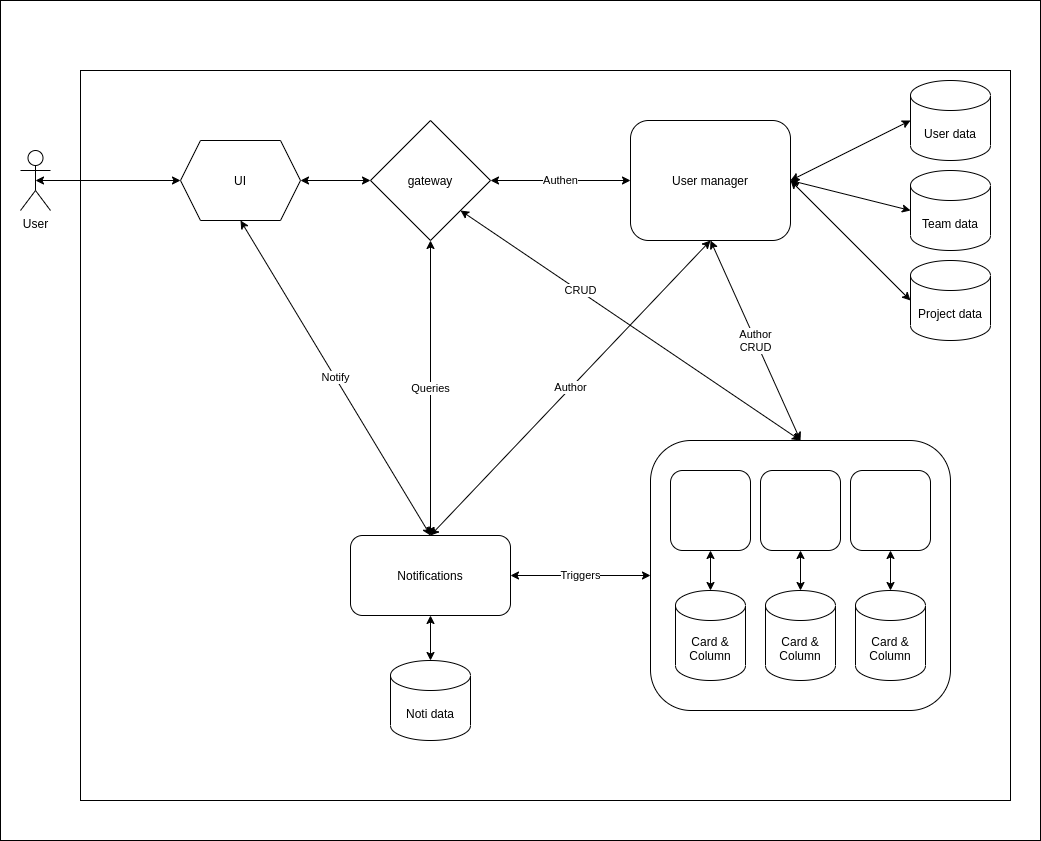
The draw.io diagram docs/drawio/prom_design.png in thanhpp/prom, before a commit. Source tidied: cells renumbered, new cells last; positions are measured from the earlier drawing's top-left corner, leaving out a move shared by most shapes.
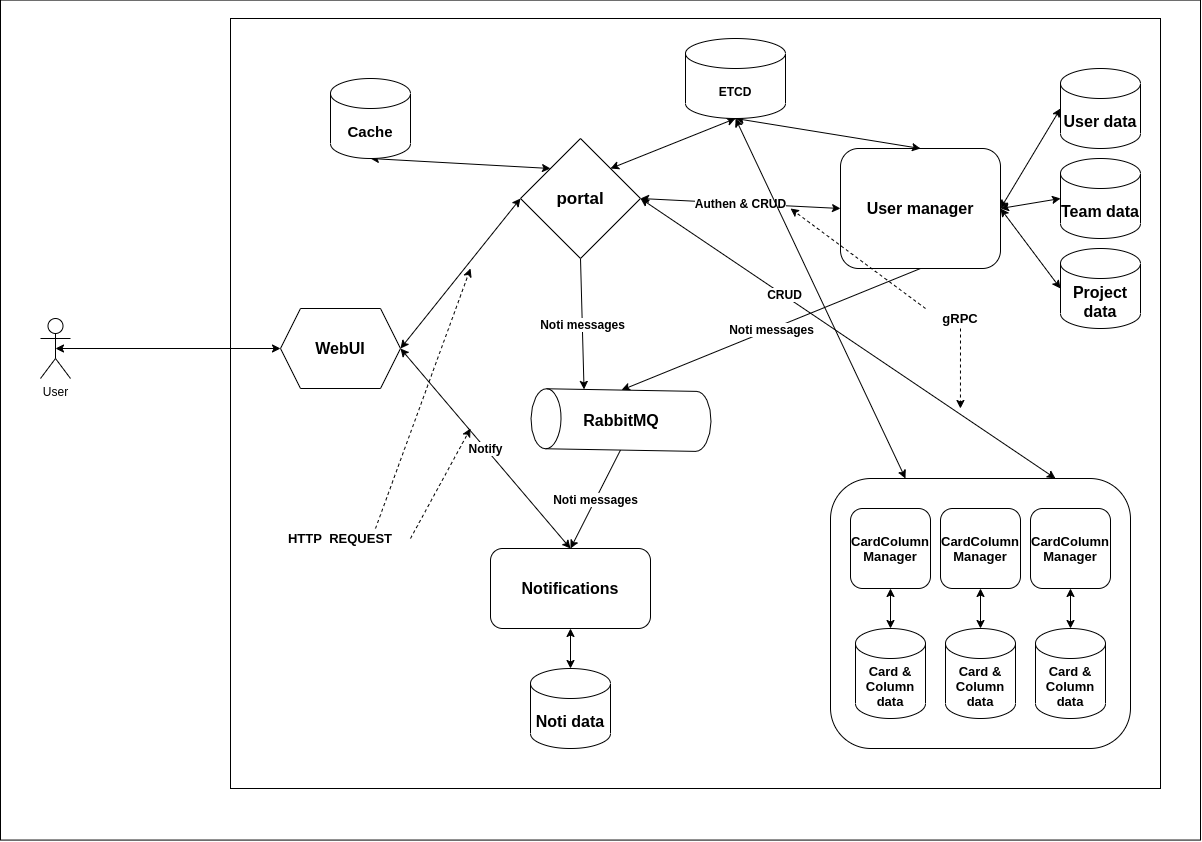
After the commit.

Diff of the diagram source:
```diff
@@ -3,52 +3,61 @@
     <mxCell id="0" />
     <mxCell id="1" parent="0" />
     <mxCell id="2" style="rounded=0;whiteSpace=wrap;html=1;" parent="1" vertex="1">
-      <mxGeometry width="1040" height="840" as="geometry" />
+      <mxGeometry x="-150" y="11.6" width="1200" height="840" as="geometry" />
     </mxCell>
     <mxCell id="3" style="rounded=0;whiteSpace=wrap;html=1;" parent="1" vertex="1">
-      <mxGeometry x="80" y="70" width="930" height="730" as="geometry" />
+      <mxGeometry x="80" y="30" width="930" height="770" as="geometry" />
     </mxCell>
-    <mxCell id="4" value="User data" style="shape=cylinder3;whiteSpace=wrap;html=1;boundedLbl=1;backgroundOutline=1;size=15;" parent="1" vertex="1">
+    <mxCell id="4" value="&lt;b&gt;&lt;font style=&quot;font-size: 16px&quot;&gt;User data&lt;/font&gt;&lt;/b&gt;" style="shape=cylinder3;whiteSpace=wrap;html=1;boundedLbl=1;backgroundOutline=1;size=15;" parent="1" vertex="1">
       <mxGeometry x="910" y="80" width="80" height="80" as="geometry" />
     </mxCell>
     <mxCell id="5" style="edgeStyle=none;rounded=0;jettySize=auto;html=1;exitX=0.5;exitY=0.5;exitDx=0;exitDy=0;exitPerimeter=0;entryX=0;entryY=0.5;entryDx=0;entryDy=0;startArrow=classic;startFill=1;" parent="1" edge="1" source="6" target="38">
       <mxGeometry relative="1" as="geometry" />
     </mxCell>
     <mxCell id="6" value="User" style="shape=umlActor;verticalLabelPosition=bottom;verticalAlign=top;html=1;outlineConnect=0;" parent="1" vertex="1">
-      <mxGeometry x="20" y="150" width="30" height="60" as="geometry" />
+      <mxGeometry x="-110" y="330" width="30" height="60" as="geometry" />
     </mxCell>
-    <mxCell id="7" style="group;" parent="1" vertex="1">
-      <mxGeometry x="370" y="120" width="620" height="630" as="geometry" />
-    </mxCell>
-    <mxCell id="8" value="Queries" style="edgeStyle=none;rounded=0;jettySize=auto;html=1;exitX=0.5;exitY=1;exitDx=0;exitDy=0;entryX=0.5;entryY=0;entryDx=0;entryDy=0;startArrow=classic;startFill=1;" parent="7" edge="1" source="9" target="33">
-      <mxGeometry relative="1" as="geometry" />
-    </mxCell>
+    <mxCell id="36" style="rounded=0;jettySize=auto;html=1;exitX=1;exitY=0.5;exitDx=0;exitDy=0;entryX=0;entryY=0.5;entryDx=0;entryDy=0;entryPerimeter=0;startArrow=classic;startFill=1;" parent="1" edge="1" source="11" target="4">
+      <mxGeometry relative="1" as="geometry" />
+    </mxCell>
+    <mxCell id="37" style="edgeStyle=none;rounded=0;jettySize=auto;html=1;exitX=1;exitY=0.5;exitDx=0;exitDy=0;entryX=0;entryY=0.5;entryDx=0;entryDy=0;startArrow=classic;startFill=1;" parent="1" edge="1" source="38" target="9">
+      <mxGeometry relative="1" as="geometry" />
+    </mxCell>
+    <mxCell id="38" value="&lt;b&gt;&lt;font style=&quot;font-size: 16px&quot;&gt;WebUI&lt;/font&gt;&lt;/b&gt;" style="shape=hexagon;perimeter=hexagonPerimeter2;whiteSpace=wrap;html=1;fixedSize=1;" parent="1" vertex="1">
+      <mxGeometry x="130" y="320" width="120" height="80" as="geometry" />
+    </mxCell>
+    <mxCell id="39" value="Notify" style="edgeStyle=none;rounded=0;jettySize=auto;html=1;exitX=0.5;exitY=0;exitDx=0;exitDy=0;entryX=1;entryY=0.5;entryDx=0;entryDy=0;startArrow=classic;startFill=1;fontSize=12;fontStyle=1;" parent="1" edge="1" source="33" target="38">
+      <mxGeometry relative="1" as="geometry" />
+    </mxCell>
+    <mxCell id="40" value="&lt;b&gt;Noti messages&lt;/b&gt;" style="edgeStyle=none;rounded=0;jettySize=auto;html=1;exitX=0.5;exitY=1;exitDx=0;exitDy=0;entryX=1;entryY=0;entryDx=0;entryDy=52.5;entryPerimeter=0;fontSize=12;" parent="1" edge="1" source="9" target="43">
+      <mxGeometry relative="1" as="geometry" />
+    </mxCell>
-    <mxCell id="9" value="gateway" style="rhombus;whiteSpace=wrap;html=1;" parent="7" vertex="1">
-      <mxGeometry width="120" height="120" as="geometry" />
+    <mxCell id="9" value="&lt;font style=&quot;font-size: 17px&quot;&gt;&lt;b&gt;portal&lt;/b&gt;&lt;/font&gt;" style="rhombus;whiteSpace=wrap;html=1;" parent="1" vertex="1">
+      <mxGeometry x="370" y="150" width="120" height="120" as="geometry" />
     </mxCell>
-    <mxCell id="10" value="Author" style="edgeStyle=none;rounded=0;jettySize=auto;html=1;exitX=0.5;exitY=1;exitDx=0;exitDy=0;entryX=0.5;entryY=0;entryDx=0;entryDy=0;startArrow=classic;startFill=1;" parent="7" edge="1" source="11" target="33">
-      <mxGeometry relative="1" as="geometry" />
-    </mxCell>
+    <mxCell id="41" value="&lt;b&gt;Noti messages&lt;/b&gt;" style="edgeStyle=none;rounded=0;jettySize=auto;html=1;exitX=0.5;exitY=1;exitDx=0;exitDy=0;entryX=1;entryY=0.5;entryDx=0;entryDy=0;entryPerimeter=0;fontSize=12;" parent="1" edge="1" source="11" target="43">
+      <mxGeometry relative="1" as="geometry" />
+    </mxCell>
-    <mxCell id="11" value="User manager" style="rounded=1;whiteSpace=wrap;html=1;" parent="7" vertex="1">
-      <mxGeometry x="260" width="160" height="120" as="geometry" />
+    <mxCell id="11" value="&lt;font style=&quot;font-size: 16px&quot;&gt;&lt;b&gt;User manager&lt;/b&gt;&lt;/font&gt;" style="rounded=1;whiteSpace=wrap;html=1;" parent="1" vertex="1">
+      <mxGeometry x="690" y="160" width="160" height="120" as="geometry" />
     </mxCell>
-    <mxCell id="12" value="Authen" style="edgeStyle=none;rounded=0;jettySize=auto;html=1;exitX=1;exitY=0.5;exitDx=0;exitDy=0;entryX=0;entryY=0.5;entryDx=0;entryDy=0;startArrow=classic;startFill=1;" parent="7" edge="1" source="9" target="11">
-      <mxGeometry relative="1" as="geometry" />
+    <mxCell id="12" value="&lt;font style=&quot;font-size: 12px&quot;&gt;&lt;b&gt;Authen &amp;amp; CRUD&lt;/b&gt;&lt;/font&gt;" style="edgeStyle=none;rounded=0;jettySize=auto;html=1;exitX=1;exitY=0.5;exitDx=0;exitDy=0;entryX=0;entryY=0.5;entryDx=0;entryDy=0;startArrow=classic;startFill=1;" parent="1" edge="1" source="9" target="11">
+      <mxGeometry x="210" y="40" as="geometry" />
     </mxCell>
-    <mxCell id="13" value="Team&amp;nbsp;data" style="shape=cylinder3;whiteSpace=wrap;html=1;boundedLbl=1;backgroundOutline=1;size=15;" parent="7" vertex="1">
-      <mxGeometry x="540" y="50" width="80" height="80" as="geometry" />
+    <mxCell id="13" value="&lt;font style=&quot;font-size: 16px&quot;&gt;&lt;b&gt;Team&amp;nbsp;data&lt;/b&gt;&lt;/font&gt;" style="shape=cylinder3;whiteSpace=wrap;html=1;boundedLbl=1;backgroundOutline=1;size=15;" parent="1" vertex="1">
+      <mxGeometry x="910" y="170" width="80" height="80" as="geometry" />
     </mxCell>
-    <mxCell id="14" style="edgeStyle=none;rounded=0;jettySize=auto;html=1;exitX=1;exitY=0.5;exitDx=0;exitDy=0;entryX=0;entryY=0.5;entryDx=0;entryDy=0;entryPerimeter=0;startArrow=classic;startFill=1;" parent="7" edge="1" source="11" target="13">
-      <mxGeometry relative="1" as="geometry" />
+    <mxCell id="14" style="edgeStyle=none;rounded=0;jettySize=auto;html=1;exitX=1;exitY=0.5;exitDx=0;exitDy=0;entryX=0;entryY=0.5;entryDx=0;entryDy=0;entryPerimeter=0;startArrow=classic;startFill=1;" parent="1" edge="1" source="11" target="13">
+      <mxGeometry x="210" y="40" as="geometry" />
     </mxCell>
-    <mxCell id="15" value="Project data" style="shape=cylinder3;whiteSpace=wrap;html=1;boundedLbl=1;backgroundOutline=1;size=15;" parent="7" vertex="1">
-      <mxGeometry x="540" y="140" width="80" height="80" as="geometry" />
+    <mxCell id="15" value="&lt;font style=&quot;font-size: 16px&quot;&gt;&lt;b&gt;Project data&lt;/b&gt;&lt;/font&gt;" style="shape=cylinder3;whiteSpace=wrap;html=1;boundedLbl=1;backgroundOutline=1;size=15;" parent="1" vertex="1">
+      <mxGeometry x="910" y="260" width="80" height="80" as="geometry" />
     </mxCell>
-    <mxCell id="16" style="edgeStyle=none;rounded=0;jettySize=auto;html=1;exitX=1;exitY=0.5;exitDx=0;exitDy=0;entryX=0;entryY=0.5;entryDx=0;entryDy=0;entryPerimeter=0;startArrow=classic;startFill=1;" parent="7" edge="1" source="11" target="15">
-      <mxGeometry relative="1" as="geometry" />
+    <mxCell id="16" style="edgeStyle=none;rounded=0;jettySize=auto;html=1;exitX=1;exitY=0.5;exitDx=0;exitDy=0;entryX=0;entryY=0.5;entryDx=0;entryDy=0;entryPerimeter=0;startArrow=classic;startFill=1;" parent="1" edge="1" source="11" target="15">
+      <mxGeometry x="210" y="40" as="geometry" />
     </mxCell>
-    <mxCell id="17" style="group;" parent="7" vertex="1">
-      <mxGeometry x="280" y="320" width="300" height="270" as="geometry" />
+    <mxCell id="17" style="group;" parent="1" vertex="1">
+      <mxGeometry x="680" y="490" width="300" height="270" as="geometry" />
     </mxCell>
     <mxCell id="18" style="rounded=1;whiteSpace=wrap;html=1;" parent="17" vertex="1">
       <mxGeometry width="300" height="270" as="geometry" />
@@ -56,22 +65,22 @@
     <mxCell id="19" style="group;" parent="17" vertex="1">
       <mxGeometry x="20" y="30" width="260" height="210" as="geometry" />
     </mxCell>
-    <mxCell id="20" style="rounded=1;whiteSpace=wrap;html=1;" parent="19" vertex="1">
+    <mxCell id="20" value="&lt;font style=&quot;font-size: 13px&quot;&gt;&lt;b&gt;CardColumn&lt;br&gt;Manager&lt;/b&gt;&lt;/font&gt;" style="rounded=1;whiteSpace=wrap;html=1;" parent="19" vertex="1">
       <mxGeometry width="80" height="80" as="geometry" />
     </mxCell>
-    <mxCell id="21" style="rounded=1;whiteSpace=wrap;html=1;" parent="19" vertex="1">
+    <mxCell id="21" value="&lt;font style=&quot;font-size: 13px&quot;&gt;&lt;b&gt;&lt;span&gt;CardColumn&lt;/span&gt;&lt;br&gt;&lt;span&gt;Manager&lt;/span&gt;&lt;/b&gt;&lt;/font&gt;" style="rounded=1;whiteSpace=wrap;html=1;" parent="19" vertex="1">
       <mxGeometry x="90" width="80" height="80" as="geometry" />
     </mxCell>
-    <mxCell id="22" style="rounded=1;whiteSpace=wrap;html=1;" parent="19" vertex="1">
+    <mxCell id="22" value="&lt;font style=&quot;font-size: 13px&quot;&gt;&lt;b&gt;&lt;span&gt;CardColumn&lt;/span&gt;&lt;br&gt;&lt;span&gt;Manager&lt;/span&gt;&lt;/b&gt;&lt;/font&gt;" style="rounded=1;whiteSpace=wrap;html=1;" parent="19" vertex="1">
       <mxGeometry x="180" width="80" height="80" as="geometry" />
     </mxCell>
-    <mxCell id="23" value="Card &amp;amp; Column" style="shape=cylinder3;whiteSpace=wrap;html=1;boundedLbl=1;backgroundOutline=1;size=15;" parent="19" vertex="1">
+    <mxCell id="23" value="&lt;font style=&quot;font-size: 13px&quot;&gt;&lt;b&gt;Card &amp;amp; Column&lt;br&gt;data&lt;/b&gt;&lt;/font&gt;" style="shape=cylinder3;whiteSpace=wrap;html=1;boundedLbl=1;backgroundOutline=1;size=15;" parent="19" vertex="1">
       <mxGeometry x="5" y="120" width="70" height="90" as="geometry" />
     </mxCell>
-    <mxCell id="24" value="Card &amp;amp; Column" style="shape=cylinder3;whiteSpace=wrap;html=1;boundedLbl=1;backgroundOutline=1;size=15;" parent="19" vertex="1">
+    <mxCell id="24" value="&lt;b style=&quot;font-size: 13px&quot;&gt;Card &amp;amp; Column&lt;br&gt;data&lt;/b&gt;" style="shape=cylinder3;whiteSpace=wrap;html=1;boundedLbl=1;backgroundOutline=1;size=15;" parent="19" vertex="1">
       <mxGeometry x="95" y="120" width="70" height="90" as="geometry" />
     </mxCell>
-    <mxCell id="25" value="Card &amp;amp; Column" style="shape=cylinder3;whiteSpace=wrap;html=1;boundedLbl=1;backgroundOutline=1;size=15;" parent="19" vertex="1">
+    <mxCell id="25" value="&lt;b style=&quot;font-size: 13px&quot;&gt;Card &amp;amp; Column&lt;br&gt;data&lt;/b&gt;" style="shape=cylinder3;whiteSpace=wrap;html=1;boundedLbl=1;backgroundOutline=1;size=15;" parent="19" vertex="1">
       <mxGeometry x="185" y="120" width="70" height="90" as="geometry" />
     </mxCell>
     <mxCell id="26" style="edgeStyle=none;rounded=0;jettySize=auto;html=1;exitX=0.5;exitY=1;exitDx=0;exitDy=0;entryX=0.5;entryY=0;entryDx=0;entryDy=0;entryPerimeter=0;startArrow=classic;startFill=1;" parent="19" edge="1" source="20" target="23">
@@ -83,40 +92,78 @@
     <mxCell id="28" style="edgeStyle=none;rounded=0;jettySize=auto;html=1;exitX=0.5;exitY=1;exitDx=0;exitDy=0;entryX=0.5;entryY=0;entryDx=0;entryDy=0;entryPerimeter=0;startArrow=classic;startFill=1;" parent="19" edge="1" source="22" target="25">
       <mxGeometry relative="1" as="geometry" />
     </mxCell>
-    <mxCell id="29" style="edgeStyle=none;rounded=0;jettySize=auto;html=1;exitX=1;exitY=1;exitDx=0;exitDy=0;entryX=0.5;entryY=0;entryDx=0;entryDy=0;startArrow=classic;startFill=1;" parent="7" edge="1" source="9" target="18">
-      <mxGeometry relative="1" as="geometry" />
+    <mxCell id="29" style="edgeStyle=none;rounded=0;jettySize=auto;html=1;entryX=0.75;entryY=0;entryDx=0;entryDy=0;startArrow=classic;startFill=1;fontSize=12;fontStyle=1;exitX=1;exitY=0.5;exitDx=0;exitDy=0;" parent="1" edge="1" source="9" target="18">
+      <mxGeometry x="210" y="40" as="geometry" />
     </mxCell>
-    <mxCell id="30" value="CRUD" style="edgeLabel;html=1;align=center;verticalAlign=middle;" parent="29" vertex="1">
+    <mxCell id="30" value="CRUD" style="edgeLabel;html=1;align=center;verticalAlign=middle;fontSize=12;fontStyle=1;" parent="29" vertex="1">
       <mxGeometry x="-0.35" relative="1" as="geometry">
         <mxPoint x="9" y="5" as="offset" />
       </mxGeometry>
     </mxCell>
-    <mxCell id="31" value="Author&lt;br&gt;CRUD" style="edgeStyle=none;rounded=0;jettySize=auto;html=1;exitX=0.5;exitY=1;exitDx=0;exitDy=0;entryX=0.5;entryY=0;entryDx=0;entryDy=0;startArrow=classic;startFill=1;" parent="7" edge="1" source="11" target="18">
-      <mxGeometry relative="1" as="geometry" />
-    </mxCell>
-    <mxCell id="32" style="edgeStyle=none;rounded=0;jettySize=auto;html=1;exitX=0.5;exitY=1;exitDx=0;exitDy=0;entryX=0.5;entryY=0;entryDx=0;entryDy=0;entryPerimeter=0;startArrow=classic;startFill=1;" parent="7" edge="1" source="33" target="35">
-      <mxGeometry relative="1" as="geometry" />
+    <mxCell id="32" style="edgeStyle=none;rounded=0;jettySize=auto;html=1;exitX=0.5;exitY=1;exitDx=0;exitDy=0;entryX=0.5;entryY=0;entryDx=0;entryDy=0;entryPerimeter=0;startArrow=classic;startFill=1;" parent="1" edge="1" source="33" target="35">
+      <mxGeometry x="210" y="40" as="geometry" />
     </mxCell>
-    <mxCell id="33" value="Notifications" style="rounded=1;whiteSpace=wrap;html=1;" parent="7" vertex="1">
-      <mxGeometry x="-20" y="415" width="160" height="80" as="geometry" />
+    <mxCell id="33" value="&lt;font style=&quot;font-size: 16px&quot;&gt;&lt;b&gt;Notifications&lt;/b&gt;&lt;/font&gt;" style="rounded=1;whiteSpace=wrap;html=1;" parent="1" vertex="1">
+      <mxGeometry x="340" y="560" width="160" height="80" as="geometry" />
     </mxCell>
-    <mxCell id="34" value="Triggers" style="edgeStyle=none;rounded=0;jettySize=auto;html=1;exitX=0;exitY=0.5;exitDx=0;exitDy=0;entryX=1;entryY=0.5;entryDx=0;entryDy=0;startArrow=classic;startFill=1;" parent="7" edge="1" source="18" target="33">
-      <mxGeometry relative="1" as="geometry" />
-    </mxCell>
-    <mxCell id="35" value="Noti data" style="shape=cylinder3;whiteSpace=wrap;html=1;boundedLbl=1;backgroundOutline=1;size=15;" parent="7" vertex="1">
-      <mxGeometry x="20" y="540" width="80" height="80" as="geometry" />
+    <mxCell id="35" value="&lt;font style=&quot;font-size: 16px&quot;&gt;&lt;b&gt;Noti data&lt;/b&gt;&lt;/font&gt;" style="shape=cylinder3;whiteSpace=wrap;html=1;boundedLbl=1;backgroundOutline=1;size=15;" parent="1" vertex="1">
+      <mxGeometry x="380" y="680" width="80" height="80" as="geometry" />
     </mxCell>
-    <mxCell id="36" style="rounded=0;jettySize=auto;html=1;exitX=1;exitY=0.5;exitDx=0;exitDy=0;entryX=0;entryY=0.5;entryDx=0;entryDy=0;entryPerimeter=0;startArrow=classic;startFill=1;" parent="1" edge="1" source="11" target="4">
-      <mxGeometry relative="1" as="geometry" />
-    </mxCell>
-    <mxCell id="37" style="edgeStyle=none;rounded=0;jettySize=auto;html=1;exitX=1;exitY=0.5;exitDx=0;exitDy=0;entryX=0;entryY=0.5;entryDx=0;entryDy=0;startArrow=classic;startFill=1;" parent="1" edge="1" source="38" target="9">
-      <mxGeometry relative="1" as="geometry" />
-    </mxCell>
-    <mxCell id="38" value="UI" style="shape=hexagon;perimeter=hexagonPerimeter2;whiteSpace=wrap;html=1;fixedSize=1;" parent="1" vertex="1">
-      <mxGeometry x="180" y="140" width="120" height="80" as="geometry" />
-    </mxCell>
-    <mxCell id="39" value="Notify" style="edgeStyle=none;rounded=0;jettySize=auto;html=1;exitX=0.5;exitY=0;exitDx=0;exitDy=0;entryX=0.5;entryY=1;entryDx=0;entryDy=0;startArrow=classic;startFill=1;" parent="1" edge="1" source="33" target="38">
-      <mxGeometry relative="1" as="geometry" />
-    </mxCell>
+    <mxCell id="42" style="group;" parent="1" vertex="1">
+      <mxGeometry x="380" y="400" width="181" height="63.1" as="geometry" />
+    </mxCell>
+    <mxCell id="43" style="shape=cylinder3;whiteSpace=wrap;html=1;boundedLbl=1;backgroundOutline=1;size=15;rotation=-89;" parent="42" vertex="1">
+      <mxGeometry x="60.5" y="-58.4" width="60" height="180" as="geometry" />
+    </mxCell>
+    <mxCell id="44" value="&lt;font style=&quot;font-size: 16px&quot;&gt;&lt;b&gt;RabbitMQ&lt;/b&gt;&lt;/font&gt;" style="text;html=1;strokeColor=none;fillColor=none;align=center;verticalAlign=middle;whiteSpace=wrap;rounded=0;" parent="42" vertex="1">
+      <mxGeometry x="70.5" y="21.6" width="40" height="20" as="geometry" />
+    </mxCell>
+    <mxCell id="45" value="&lt;b&gt;Noti messages&lt;/b&gt;" style="rounded=0;jettySize=auto;html=1;exitX=0;exitY=0.5;exitDx=0;exitDy=0;exitPerimeter=0;entryX=0.5;entryY=0;entryDx=0;entryDy=0;fontSize=12;" parent="1" edge="1" source="43" target="33">
+      <mxGeometry relative="1" as="geometry" />
+    </mxCell>
+    <mxCell id="46" style="edgeStyle=none;rounded=0;jettySize=auto;html=1;exitX=0.75;exitY=0;exitDx=0;exitDy=0;fontSize=13;dashed=1;" parent="1" edge="1" source="48">
+      <mxGeometry relative="1" as="geometry">
+        <mxPoint x="320" y="280" as="targetPoint" />
+      </mxGeometry>
+    </mxCell>
+    <mxCell id="47" style="edgeStyle=none;rounded=0;jettySize=auto;html=1;exitX=1;exitY=0.5;exitDx=0;exitDy=0;dashed=1;fontSize=13;" parent="1" edge="1" source="48">
+      <mxGeometry relative="1" as="geometry">
+        <mxPoint x="320" y="440" as="targetPoint" />
+      </mxGeometry>
+    </mxCell>
+    <mxCell id="48" value="HTTP&amp;nbsp; REQUEST" style="text;html=1;strokeColor=none;fillColor=none;align=center;verticalAlign=middle;whiteSpace=wrap;rounded=0;fontSize=13;fontStyle=1;" parent="1" vertex="1">
+      <mxGeometry x="120" y="540" width="140" height="20" as="geometry" />
+    </mxCell>
+    <mxCell id="49" style="edgeStyle=none;rounded=0;jettySize=auto;html=1;exitX=0.25;exitY=0;exitDx=0;exitDy=0;dashed=1;fontSize=13;" parent="1" edge="1" source="51">
+      <mxGeometry relative="1" as="geometry">
+        <mxPoint x="640" y="220" as="targetPoint" />
+      </mxGeometry>
+    </mxCell>
+    <mxCell id="50" style="edgeStyle=none;rounded=0;jettySize=auto;html=1;exitX=0.5;exitY=1;exitDx=0;exitDy=0;dashed=1;fontSize=13;" parent="1" edge="1" source="51">
+      <mxGeometry relative="1" as="geometry">
+        <mxPoint x="809.9" y="420" as="targetPoint" />
+      </mxGeometry>
+    </mxCell>
+    <mxCell id="51" value="gRPC" style="text;html=1;strokeColor=none;fillColor=none;align=center;verticalAlign=middle;whiteSpace=wrap;rounded=0;fontSize=13;fontStyle=1;" parent="1" vertex="1">
+      <mxGeometry x="740" y="320" width="140" height="20" as="geometry" />
+    </mxCell>
+    <mxCell id="52" style="rounded=0;jettySize=auto;html=1;exitX=0.5;exitY=1;exitDx=0;exitDy=0;exitPerimeter=0;entryX=0;entryY=0;entryDx=0;entryDy=0;startArrow=classic;startFill=1;" parent="1" edge="1" source="53" target="9">
+      <mxGeometry relative="1" as="geometry" />
+    </mxCell>
+    <mxCell id="53" value="&lt;span style=&quot;font-size: 15px&quot;&gt;&lt;b&gt;Cache&lt;/b&gt;&lt;/span&gt;" style="shape=cylinder3;whiteSpace=wrap;html=1;boundedLbl=1;backgroundOutline=1;size=15;" parent="1" vertex="1">
+      <mxGeometry x="180" y="90" width="80" height="80" as="geometry" />
+    </mxCell>
+    <mxCell id="54" style="rounded=0;jettySize=auto;html=1;exitX=0.5;exitY=1;exitDx=0;exitDy=0;exitPerimeter=0;entryX=1;entryY=0;entryDx=0;entryDy=0;startArrow=classic;startFill=1;" parent="1" edge="1" source="57" target="9">
+      <mxGeometry relative="1" as="geometry" />
+    </mxCell>
+    <mxCell id="55" style="edgeStyle=none;rounded=0;jettySize=auto;html=1;exitX=0.5;exitY=1;exitDx=0;exitDy=0;exitPerimeter=0;entryX=0.5;entryY=0;entryDx=0;entryDy=0;startArrow=classic;startFill=1;" parent="1" edge="1" source="57" target="11">
+      <mxGeometry relative="1" as="geometry" />
+    </mxCell>
+    <mxCell id="56" style="edgeStyle=none;rounded=0;jettySize=auto;html=1;exitX=0.5;exitY=1;exitDx=0;exitDy=0;exitPerimeter=0;entryX=0.25;entryY=0;entryDx=0;entryDy=0;startArrow=classic;startFill=1;" parent="1" edge="1" source="57" target="18">
+      <mxGeometry relative="1" as="geometry" />
+    </mxCell>
+    <mxCell id="57" value="&lt;b&gt;ETCD&lt;/b&gt;" style="shape=cylinder3;whiteSpace=wrap;html=1;boundedLbl=1;backgroundOutline=1;size=15;" parent="1" vertex="1">
+      <mxGeometry x="535" y="50" width="100" height="80" as="geometry" />
+    </mxCell>
   </root>
 </mxGraphModel>
```
